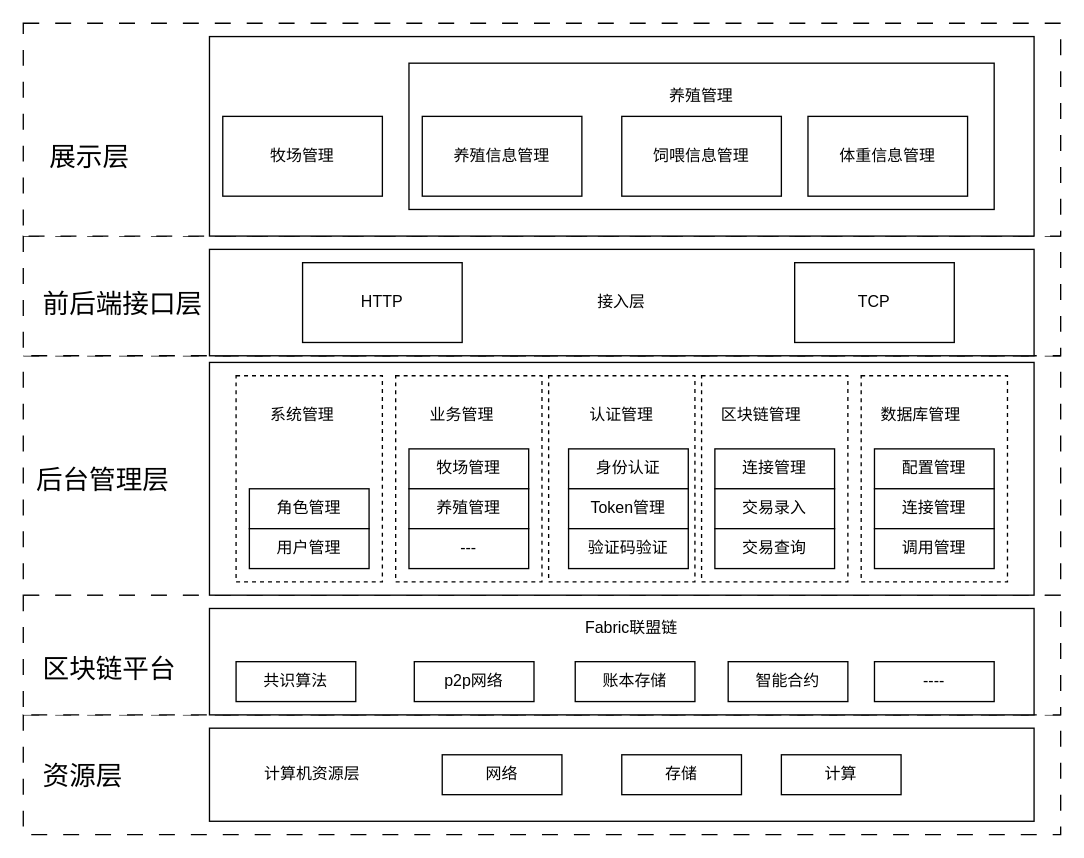
Earlier version of the draw.io diagram snty_整体架构.drawio (guotiantain/picture). Source tidied: cells renumbered, new cells numbered last; positions are measured from the earlier drawing's top-left corner, leaving out a move shared by most shapes. Both pictures are drawn from the tidied source at 133%, with x=0, y=0 at pixel (23, 23).
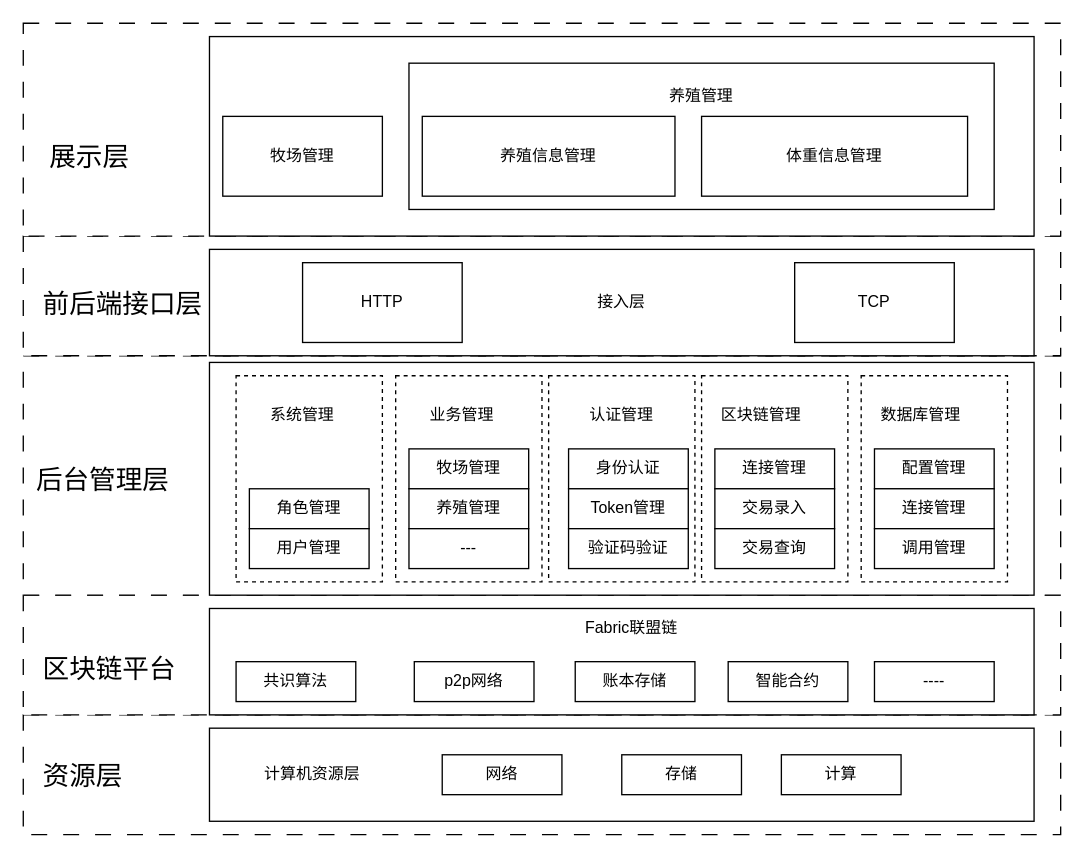
The same diagram, later.

Commit message:
更新snty_整体架构.drawio

Diff of the diagram source:
```diff
@@
     <mxCell id="18" value="养殖信息管理" style="rounded=0;whiteSpace=wrap;html=1;" parent="1" vertex="1">
-      <mxGeometry x="300" y="70" width="120" height="60" as="geometry" />
+      <mxGeometry x="300" y="70" width="190" height="60" as="geometry" />
     </mxCell>
-    <mxCell id="19" value="饲喂信息管理" style="rounded=0;whiteSpace=wrap;html=1;" parent="1" vertex="1">
-      <mxGeometry x="450" y="70" width="120" height="60" as="geometry" />
-    </mxCell>
     <mxCell id="20" value="体重信息管理" style="rounded=0;whiteSpace=wrap;html=1;" parent="1" vertex="1">
-      <mxGeometry x="590" y="70" width="120" height="60" as="geometry" />
+      <mxGeometry x="510" y="70" width="200" height="60" as="geometry" />
     </mxCell>
```
